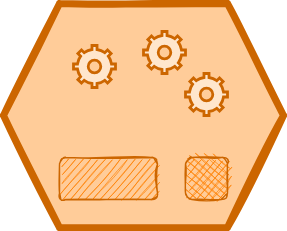
Above: docs/images/odm-platform.svg in opendatamesh-initiative/odm-specification-dpdescriptor (draw.io), before the change. Source tidied: cells renumbered, new cells last; positions are measured from the earlier drawing's top-left corner, leaving out a move shared by most shapes. Source of this version:
```xml
<mxGraphModel>
  <root>
    <mxCell id="0" />
    <mxCell id="1" parent="0" />
    <mxCell id="2" style="shape=hexagon;perimeter=hexagonPerimeter2;whiteSpace=wrap;html=1;fixedSize=1;size=40;strokeColor=#CC6600;strokeWidth=5;fillColor=#FFCC99;sketch=1;fillStyle=solid;" parent="1" vertex="1">
      <mxGeometry width="200" height="160" as="geometry" />
    </mxCell>
    <mxCell id="3" style="html=1;verticalLabelPosition=bottom;align=center;labelBackgroundColor=#ffffff;verticalAlign=top;strokeWidth=2;strokeColor=#CC6600;shadow=0;dashed=0;shape=mxgraph.ios7.icons.settings;sketch=0;fillColor=#ffe6cc;" parent="1" vertex="1">
      <mxGeometry x="50" y="30" width="30" height="30" as="geometry" />
    </mxCell>
    <mxCell id="4" style="html=1;verticalLabelPosition=bottom;align=center;labelBackgroundColor=#ffffff;verticalAlign=top;strokeWidth=2;strokeColor=#CC6600;shadow=0;dashed=0;shape=mxgraph.ios7.icons.settings;sketch=0;fillColor=#ffe6cc;" parent="1" vertex="1">
      <mxGeometry x="130" y="50" width="30" height="30" as="geometry" />
    </mxCell>
    <mxCell id="5" style="html=1;verticalLabelPosition=bottom;align=center;labelBackgroundColor=#ffffff;verticalAlign=top;strokeWidth=2;strokeColor=#CC6600;shadow=0;dashed=0;shape=mxgraph.ios7.icons.settings;sketch=0;fillColor=#ffe6cc;" parent="1" vertex="1">
      <mxGeometry x="100" y="20" width="30" height="30" as="geometry" />
    </mxCell>
    <mxCell id="6" style="rounded=1;whiteSpace=wrap;html=1;sketch=1;strokeColor=#CC6600;fillColor=#FF8000;fillStyle=hachure;" parent="1" vertex="1">
      <mxGeometry x="40" y="110" width="70" height="30" as="geometry" />
    </mxCell>
    <mxCell id="7" style="rounded=1;whiteSpace=wrap;html=1;sketch=1;strokeColor=#CC6600;fillColor=#FF8000;fillStyle=cross-hatch;" parent="1" vertex="1">
      <mxGeometry x="130" y="110" width="30" height="30" as="geometry" />
    </mxCell>
  </root>
</mxGraphModel>
```
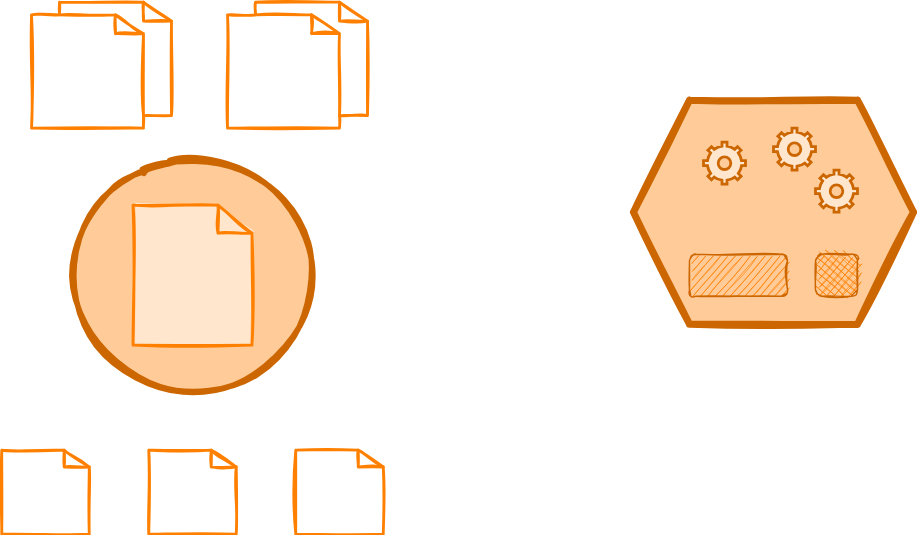
Later version of the same file.

Change to the diagram source:
```diff
@@ -2,6 +2,9 @@
   <root>
     <mxCell id="0" />
     <mxCell id="1" parent="0" />
+    <mxCell id="8" style="ellipse;whiteSpace=wrap;html=1;sketch=1;fillStyle=solid;strokeColor=#CC6600;strokeWidth=4;fillColor=#FFCC99;" parent="1" vertex="1">
+      <mxGeometry x="-400" y="40" width="170" height="170" as="geometry" />
+    </mxCell>
     <mxCell id="2" style="shape=hexagon;perimeter=hexagonPerimeter2;whiteSpace=wrap;html=1;fixedSize=1;size=40;strokeColor=#CC6600;strokeWidth=5;fillColor=#FFCC99;sketch=1;fillStyle=solid;" parent="1" vertex="1">
       <mxGeometry width="200" height="160" as="geometry" />
     </mxCell>
@@ -20,5 +23,23 @@
     <mxCell id="7" style="rounded=1;whiteSpace=wrap;html=1;sketch=1;strokeColor=#CC6600;fillColor=#FF8000;fillStyle=cross-hatch;" parent="1" vertex="1">
       <mxGeometry x="130" y="110" width="30" height="30" as="geometry" />
     </mxCell>
+    <mxCell id="9" style="html=1;verticalLabelPosition=bottom;align=center;labelBackgroundColor=#ffffff;verticalAlign=top;strokeWidth=2;strokeColor=#FF8000;shadow=0;dashed=0;shape=mxgraph.ios7.icons.documents;sketch=1;" parent="1" vertex="1">
+      <mxGeometry x="-430" y="-70" width="100" height="90" as="geometry" />
+    </mxCell>
+    <mxCell id="10" style="html=1;verticalLabelPosition=bottom;align=center;labelBackgroundColor=#ffffff;verticalAlign=top;strokeWidth=2;strokeColor=#FF8000;shadow=0;dashed=0;shape=mxgraph.ios7.icons.document;sketch=1;fillStyle=solid;fillColor=#ffe6cc;" parent="1" vertex="1">
+      <mxGeometry x="-357.5" y="75" width="85" height="100" as="geometry" />
+    </mxCell>
+    <mxCell id="11" style="html=1;verticalLabelPosition=bottom;align=center;labelBackgroundColor=#ffffff;verticalAlign=top;strokeWidth=2;strokeColor=#FF8000;shadow=0;dashed=0;shape=mxgraph.ios7.icons.documents;sketch=1;" parent="1" vertex="1">
+      <mxGeometry x="-290" y="-70" width="100" height="90" as="geometry" />
+    </mxCell>
+    <mxCell id="12" style="html=1;verticalLabelPosition=bottom;align=center;labelBackgroundColor=#ffffff;verticalAlign=top;strokeWidth=2;strokeColor=#FF8000;shadow=0;dashed=0;shape=mxgraph.ios7.icons.document;sketch=1;fillStyle=solid;fillColor=#FFFFFF;" parent="1" vertex="1">
+      <mxGeometry x="-451.2" y="250" width="62.5" height="60" as="geometry" />
+    </mxCell>
+    <mxCell id="13" style="html=1;verticalLabelPosition=bottom;align=center;labelBackgroundColor=#ffffff;verticalAlign=top;strokeWidth=2;strokeColor=#FF8000;shadow=0;dashed=0;shape=mxgraph.ios7.icons.document;sketch=1;fillStyle=solid;fillColor=#FFFFFF;" parent="1" vertex="1">
+      <mxGeometry x="-346.2" y="250" width="62.5" height="60" as="geometry" />
+    </mxCell>
+    <mxCell id="14" style="html=1;verticalLabelPosition=bottom;align=center;labelBackgroundColor=#ffffff;verticalAlign=top;strokeWidth=2;strokeColor=#FF8000;shadow=0;dashed=0;shape=mxgraph.ios7.icons.document;sketch=1;fillStyle=solid;fillColor=#FFFFFF;" parent="1" vertex="1">
+      <mxGeometry x="-241.2" y="250" width="62.5" height="60" as="geometry" />
+    </mxCell>
   </root>
 </mxGraphModel>
```
